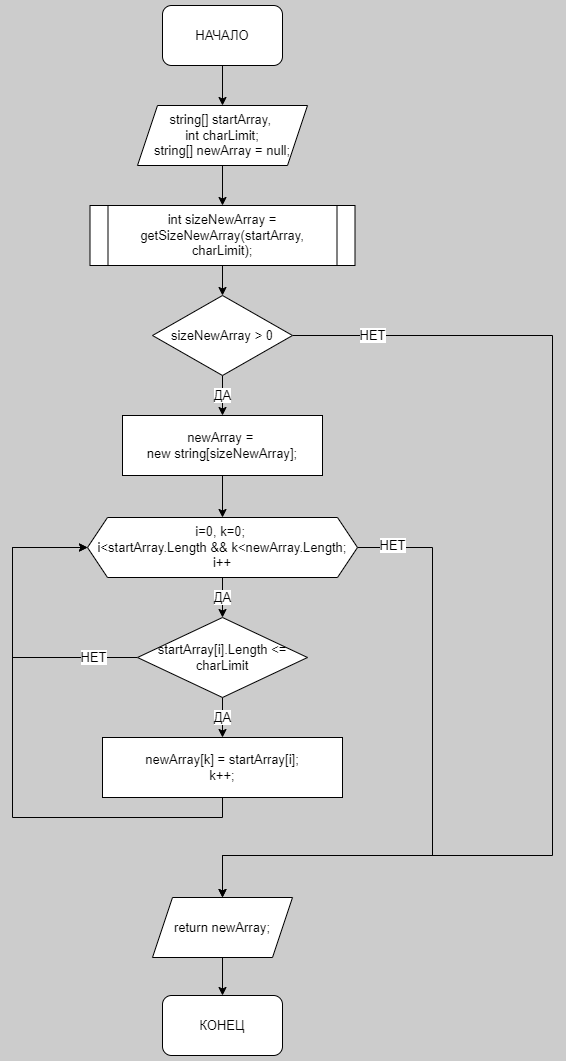
Above: Images/getNewArray.drawio.png in jokerjam-s/GB_ControlWork_001 (draw.io), before the change. Source tidied: cells renumbered, new cells last; positions are measured from the earlier drawing's top-left corner, leaving out a move shared by most shapes.
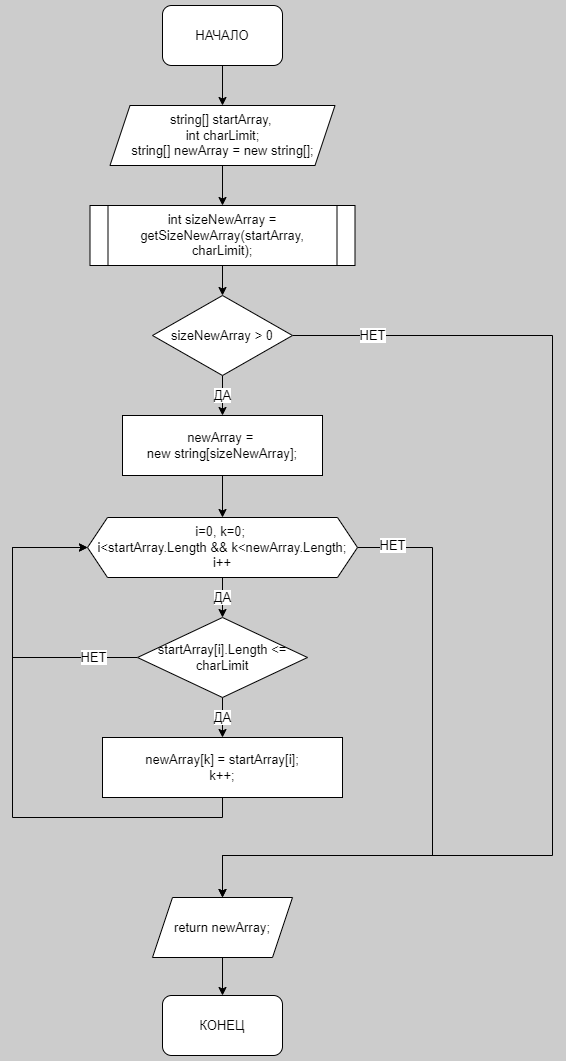
Later version of the same file.

The edit, as a diff of the source:
```diff
@@ -11,8 +11,8 @@
     <mxCell id="4" style="edgeStyle=orthogonalEdgeStyle;rounded=0;jettySize=auto;html=1;exitX=0.5;exitY=1;exitDx=0;exitDy=0;entryX=0.5;entryY=0;entryDx=0;entryDy=0;fontSize=13;" parent="1" edge="1" source="5" target="7">
       <mxGeometry relative="1" as="geometry" />
     </mxCell>
-    <mxCell id="5" value="string[] startArray,&amp;nbsp;&lt;br style=&quot;font-size: 13px;&quot;&gt;int charLimit;&lt;br&gt;string[] newArray = null;" style="shape=parallelogram;perimeter=parallelogramPerimeter;whiteSpace=wrap;html=1;fixedSize=1;fontSize=13;" parent="1" vertex="1">
-      <mxGeometry x="125" y="100" width="170" height="60" as="geometry" />
+    <mxCell id="5" value="string[] startArray,&amp;nbsp;&lt;br style=&quot;font-size: 13px;&quot;&gt;int charLimit;&lt;br&gt;string[] newArray = new string[];" style="shape=parallelogram;perimeter=parallelogramPerimeter;whiteSpace=wrap;html=1;fixedSize=1;fontSize=13;" parent="1" vertex="1">
+      <mxGeometry x="97.5" y="100" width="225" height="60" as="geometry" />
     </mxCell>
     <mxCell id="6" style="edgeStyle=orthogonalEdgeStyle;rounded=0;jettySize=auto;html=1;exitX=0.5;exitY=1;exitDx=0;exitDy=0;entryX=0.5;entryY=0;entryDx=0;entryDy=0;fontSize=13;endArrow=classic;endFill=1;startSize=6;endSize=6;" parent="1" edge="1" source="7" target="23">
       <mxGeometry relative="1" as="geometry" />
```
